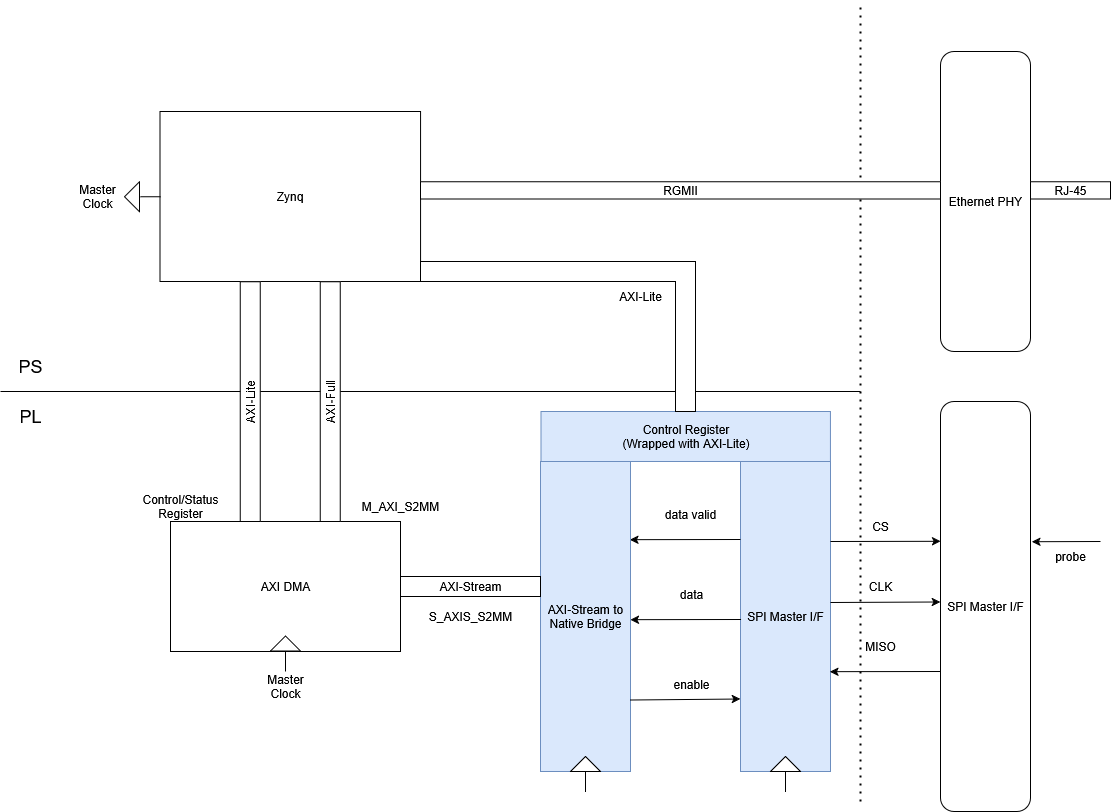
The draw.io diagram images/system_architecture.png in fpga-dev692/o_scope, before a commit. Source tidied: cells renumbered, new cells last; positions are measured from the earlier drawing's top-left corner, leaving out a move shared by most shapes. The source it was exported from:
```xml
<mxGraphModel>
  <root>
    <mxCell id="0" />
    <mxCell id="1" parent="0" />
    <mxCell id="2" value="Zynq" style="rounded=0;whiteSpace=wrap;html=1;" parent="1" vertex="1">
      <mxGeometry x="159.5" y="110" width="260.5" height="170" as="geometry" />
    </mxCell>
    <mxCell id="3" style="endArrow=none;html=1;rounded=0;" parent="1" edge="1">
      <mxGeometry relative="1" as="geometry">
        <mxPoint y="390" as="sourcePoint" />
        <mxPoint x="860" y="390" as="targetPoint" />
      </mxGeometry>
    </mxCell>
    <mxCell id="4" value="AXI DMA" style="rounded=0;whiteSpace=wrap;html=1;" parent="1" vertex="1">
      <mxGeometry x="170" y="520" width="230" height="130" as="geometry" />
    </mxCell>
    <mxCell id="5" value="&lt;font style=&quot;font-size: 18px;&quot;&gt;PS&lt;/font&gt;" style="text;html=1;align=center;verticalAlign=middle;whiteSpace=wrap;rounded=0;" parent="1" vertex="1">
      <mxGeometry y="350" width="60" height="30" as="geometry" />
    </mxCell>
    <mxCell id="6" value="&lt;font style=&quot;font-size: 18px;&quot;&gt;PL&lt;/font&gt;" style="text;html=1;align=center;verticalAlign=middle;whiteSpace=wrap;rounded=0;" parent="1" vertex="1">
      <mxGeometry y="400" width="60" height="30" as="geometry" />
    </mxCell>
    <mxCell id="7" value="&lt;div&gt;SPI Master I/F&lt;/div&gt;" style="rounded=0;whiteSpace=wrap;html=1;fillColor=#dae8fc;strokeColor=#6c8ebf;" parent="1" vertex="1">
      <mxGeometry x="740" y="460" width="90" height="310" as="geometry" />
    </mxCell>
    <mxCell id="8" value="&lt;div&gt;SPI Master I/F&lt;/div&gt;" style="rounded=1;whiteSpace=wrap;html=1;" parent="1" vertex="1">
      <mxGeometry x="940" y="400" width="90" height="410" as="geometry" />
    </mxCell>
    <mxCell id="9" style="endArrow=classic;html=1;rounded=0;entryX=0.002;entryY=0.341;entryDx=0;entryDy=0;entryPerimeter=0;" parent="1" edge="1" target="8">
      <mxGeometry relative="1" as="geometry">
        <mxPoint x="830" y="540" as="sourcePoint" />
      </mxGeometry>
    </mxCell>
    <mxCell id="10" value="CS" style="text;html=1;align=center;verticalAlign=middle;whiteSpace=wrap;rounded=0;" parent="1" vertex="1">
      <mxGeometry x="850" y="510" width="60" height="30" as="geometry" />
    </mxCell>
    <mxCell id="11" style="endArrow=classic;html=1;rounded=0;entryX=0;entryY=0.489;entryDx=0;entryDy=0;entryPerimeter=0;" parent="1" edge="1" target="8">
      <mxGeometry relative="1" as="geometry">
        <mxPoint x="830" y="601" as="sourcePoint" />
      </mxGeometry>
    </mxCell>
    <mxCell id="12" value="CLK" style="text;html=1;align=center;verticalAlign=middle;whiteSpace=wrap;rounded=0;" parent="1" vertex="1">
      <mxGeometry x="850" y="570" width="60" height="30" as="geometry" />
    </mxCell>
    <mxCell id="13" style="endArrow=classic;html=1;rounded=0;exitX=0.006;exitY=0.463;exitDx=0;exitDy=0;exitPerimeter=0;" parent="1" edge="1">
      <mxGeometry relative="1" as="geometry">
        <mxPoint x="740" y="538" as="sourcePoint" />
        <mxPoint x="629.5" y="538.2" as="targetPoint" />
      </mxGeometry>
    </mxCell>
    <mxCell id="14" value="MISO" style="text;html=1;align=center;verticalAlign=middle;whiteSpace=wrap;rounded=0;" parent="1" vertex="1">
      <mxGeometry x="850" y="630" width="60" height="30" as="geometry" />
    </mxCell>
    <mxCell id="15" style="endArrow=classic;html=1;rounded=0;entryX=1.014;entryY=0.342;entryDx=0;entryDy=0;entryPerimeter=0;" parent="1" edge="1" target="8">
      <mxGeometry relative="1" as="geometry">
        <mxPoint x="1100" y="540" as="sourcePoint" />
      </mxGeometry>
    </mxCell>
    <mxCell id="16" value="probe" style="text;html=1;align=center;verticalAlign=middle;whiteSpace=wrap;rounded=0;" parent="1" vertex="1">
      <mxGeometry x="1040" y="540" width="60" height="30" as="geometry" />
    </mxCell>
    <mxCell id="17" value="&lt;div&gt;AXI-Stream to Native Bridge&lt;/div&gt;" style="rounded=0;whiteSpace=wrap;html=1;fillColor=#dae8fc;strokeColor=#6c8ebf;" parent="1" vertex="1">
      <mxGeometry x="540" y="460" width="90" height="310" as="geometry" />
    </mxCell>
    <mxCell id="18" value="data valid" style="text;html=1;align=center;verticalAlign=middle;whiteSpace=wrap;rounded=0;" parent="1" vertex="1">
      <mxGeometry x="660" y="498" width="60" height="30" as="geometry" />
    </mxCell>
    <mxCell id="19" style="endArrow=classic;html=1;rounded=0;exitX=0.006;exitY=0.463;exitDx=0;exitDy=0;exitPerimeter=0;" parent="1" edge="1">
      <mxGeometry relative="1" as="geometry">
        <mxPoint x="740.5" y="618" as="sourcePoint" />
        <mxPoint x="630" y="618.2" as="targetPoint" />
      </mxGeometry>
    </mxCell>
    <mxCell id="20" value="data" style="text;html=1;align=center;verticalAlign=middle;whiteSpace=wrap;rounded=0;" parent="1" vertex="1">
      <mxGeometry x="660.5" y="578" width="60" height="30" as="geometry" />
    </mxCell>
    <mxCell id="21" style="endArrow=classic;html=1;rounded=0;exitX=0.006;exitY=0.463;exitDx=0;exitDy=0;exitPerimeter=0;" parent="1" edge="1">
      <mxGeometry relative="1" as="geometry">
        <mxPoint x="940" y="670" as="sourcePoint" />
        <mxPoint x="829.5" y="670.2" as="targetPoint" />
      </mxGeometry>
    </mxCell>
    <mxCell id="22" value="&lt;div&gt;enable&lt;/div&gt;" style="text;html=1;align=center;verticalAlign=middle;whiteSpace=wrap;rounded=0;" parent="1" vertex="1">
      <mxGeometry x="660.5" y="668" width="60" height="30" as="geometry" />
    </mxCell>
    <mxCell id="23" style="endArrow=classic;html=1;rounded=0;entryX=0;entryY=0.489;entryDx=0;entryDy=0;entryPerimeter=0;" parent="1" edge="1">
      <mxGeometry relative="1" as="geometry">
        <mxPoint x="630" y="698.5" as="sourcePoint" />
        <mxPoint x="740" y="697.5" as="targetPoint" />
      </mxGeometry>
    </mxCell>
    <mxCell id="24" value="AXI-Stream" style="rounded=0;whiteSpace=wrap;html=1;" parent="1" vertex="1">
      <mxGeometry x="400" y="575" width="140" height="20" as="geometry" />
    </mxCell>
    <mxCell id="25" value="Control/Status Register" style="text;html=1;align=center;verticalAlign=middle;whiteSpace=wrap;rounded=0;" parent="1" vertex="1">
      <mxGeometry x="130" y="490" width="100" height="30" as="geometry" />
    </mxCell>
    <mxCell id="26" style="group;" parent="1" vertex="1">
      <mxGeometry x="270" y="634.5" width="30" height="35.5" as="geometry" />
    </mxCell>
    <mxCell id="27" style="triangle;whiteSpace=wrap;html=1;rotation=-90;" parent="26" vertex="1">
      <mxGeometry x="7.5" y="-7.5" width="15" height="30" as="geometry" />
    </mxCell>
    <mxCell id="28" style="endArrow=none;html=1;rounded=0;" parent="26" edge="1">
      <mxGeometry relative="1" as="geometry">
        <mxPoint x="15" y="35.5" as="sourcePoint" />
        <mxPoint x="15" y="15.5" as="targetPoint" />
      </mxGeometry>
    </mxCell>
    <mxCell id="29" style="group;" parent="1" vertex="1">
      <mxGeometry x="570" y="755" width="30" height="35.5" as="geometry" />
    </mxCell>
    <mxCell id="30" style="triangle;whiteSpace=wrap;html=1;rotation=-90;" parent="29" vertex="1">
      <mxGeometry x="7.5" y="-7.5" width="15" height="30" as="geometry" />
    </mxCell>
    <mxCell id="31" style="endArrow=none;html=1;rounded=0;" parent="29" edge="1">
      <mxGeometry relative="1" as="geometry">
        <mxPoint x="15" y="35.5" as="sourcePoint" />
        <mxPoint x="15" y="15.5" as="targetPoint" />
      </mxGeometry>
    </mxCell>
    <mxCell id="32" style="group;" parent="1" vertex="1">
      <mxGeometry x="770" y="755" width="30" height="35.5" as="geometry" />
    </mxCell>
    <mxCell id="33" style="triangle;whiteSpace=wrap;html=1;rotation=-90;" parent="32" vertex="1">
      <mxGeometry x="7.5" y="-7.5" width="15" height="30" as="geometry" />
    </mxCell>
    <mxCell id="34" style="endArrow=none;html=1;rounded=0;" parent="32" edge="1">
      <mxGeometry relative="1" as="geometry">
        <mxPoint x="15" y="35.5" as="sourcePoint" />
        <mxPoint x="15" y="15.5" as="targetPoint" />
      </mxGeometry>
    </mxCell>
    <mxCell id="35" style="group;rotation=-90;" parent="1" vertex="1">
      <mxGeometry x="127" y="177.2" width="30" height="35.5" as="geometry" />
    </mxCell>
    <mxCell id="36" style="triangle;whiteSpace=wrap;html=1;rotation=-180;" parent="35" vertex="1">
      <mxGeometry x="-3" y="3" width="15" height="30" as="geometry" />
    </mxCell>
    <mxCell id="37" style="endArrow=none;html=1;rounded=0;" parent="35" edge="1">
      <mxGeometry relative="1" as="geometry">
        <mxPoint x="33" y="18" as="sourcePoint" />
        <mxPoint x="13" y="18" as="targetPoint" />
      </mxGeometry>
    </mxCell>
    <mxCell id="38" value="Master Clock" style="text;html=1;align=center;verticalAlign=middle;whiteSpace=wrap;rounded=0;" parent="1" vertex="1">
      <mxGeometry x="67" y="180" width="60" height="30" as="geometry" />
    </mxCell>
    <mxCell id="39" value="Master Clock" style="text;html=1;align=center;verticalAlign=middle;whiteSpace=wrap;rounded=0;" parent="1" vertex="1">
      <mxGeometry x="255" y="670" width="60" height="30" as="geometry" />
    </mxCell>
    <mxCell id="40" value="AXI-Lite" style="rounded=0;whiteSpace=wrap;html=1;rotation=-90;" parent="1" vertex="1">
      <mxGeometry x="130" y="390" width="239.7" height="20" as="geometry" />
    </mxCell>
    <mxCell id="41" value="AXI-Full" style="rounded=0;whiteSpace=wrap;html=1;rotation=-90;" parent="1" vertex="1">
      <mxGeometry x="210" y="390" width="239.7" height="20" as="geometry" />
    </mxCell>
    <mxCell id="42" value="M_AXI_S2MM" style="text;html=1;align=center;verticalAlign=middle;whiteSpace=wrap;rounded=0;" parent="1" vertex="1">
      <mxGeometry x="349.7" y="490" width="100" height="30" as="geometry" />
    </mxCell>
    <mxCell id="43" value="S_AXIS_S2MM" style="text;html=1;align=center;verticalAlign=middle;whiteSpace=wrap;rounded=0;" parent="1" vertex="1">
      <mxGeometry x="420" y="600" width="100" height="30" as="geometry" />
    </mxCell>
    <mxCell id="44" value="&lt;div&gt;Control Register&lt;/div&gt;&lt;div&gt;(Wrapped with AXI-Lite)&lt;/div&gt;" style="rounded=0;whiteSpace=wrap;html=1;fillColor=#dae8fc;strokeColor=#6c8ebf;" parent="1" vertex="1">
      <mxGeometry x="540.5" y="410" width="289.5" height="50" as="geometry" />
    </mxCell>
    <mxCell id="45" style="shape=corner;whiteSpace=wrap;html=1;rotation=90;" parent="1" vertex="1">
      <mxGeometry x="482.5" y="197.5" width="150" height="275" as="geometry" />
    </mxCell>
    <mxCell id="46" value="&lt;div&gt;AXI-Lite&lt;/div&gt;" style="text;html=1;align=center;verticalAlign=middle;whiteSpace=wrap;rounded=0;" parent="1" vertex="1">
      <mxGeometry x="610" y="280" width="60" height="30" as="geometry" />
    </mxCell>
    <mxCell id="47" value="Ethernet PHY" style="rounded=1;whiteSpace=wrap;html=1;" parent="1" vertex="1">
      <mxGeometry x="940" y="50" width="90" height="300" as="geometry" />
    </mxCell>
    <mxCell id="48" style="endArrow=none;dashed=1;html=1;dashPattern=1 3;strokeWidth=2;rounded=0;" parent="1" edge="1">
      <mxGeometry relative="1" as="geometry">
        <mxPoint x="860" y="800" as="sourcePoint" />
        <mxPoint x="860" as="targetPoint" />
      </mxGeometry>
    </mxCell>
    <mxCell id="49" value="RGMII" style="rounded=0;whiteSpace=wrap;html=1;" parent="1" vertex="1">
      <mxGeometry x="420" y="180.2" width="520" height="17.2" as="geometry" />
    </mxCell>
    <mxCell id="50" value="RJ-45" style="rounded=0;whiteSpace=wrap;html=1;" parent="1" vertex="1">
      <mxGeometry x="1030" y="180.2" width="80" height="17.2" as="geometry" />
    </mxCell>
  </root>
</mxGraphModel>
```
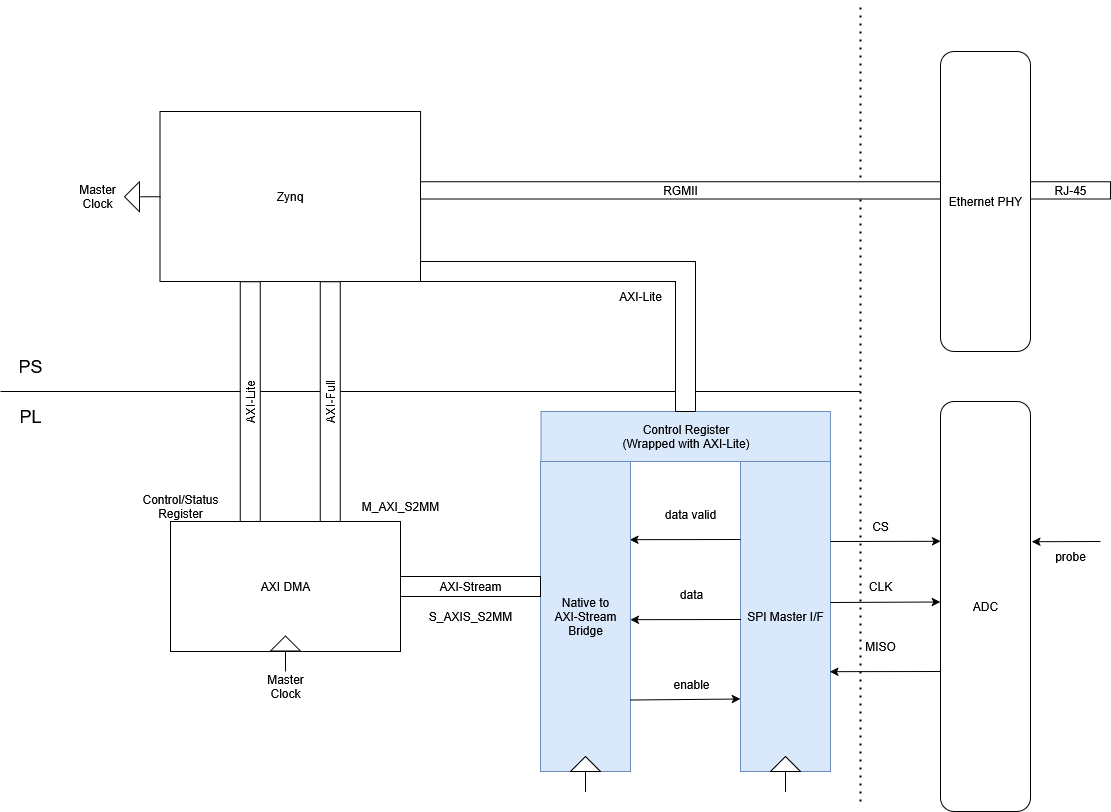
Above is the later version.

Change to the diagram source:
```diff
@@ -23,7 +23,7 @@
     <mxCell id="7" value="&lt;div&gt;SPI Master I/F&lt;/div&gt;" style="rounded=0;whiteSpace=wrap;html=1;fillColor=#dae8fc;strokeColor=#6c8ebf;" parent="1" vertex="1">
       <mxGeometry x="740" y="460" width="90" height="310" as="geometry" />
     </mxCell>
-    <mxCell id="8" value="&lt;div&gt;SPI Master I/F&lt;/div&gt;" style="rounded=1;whiteSpace=wrap;html=1;" parent="1" vertex="1">
+    <mxCell id="8" value="ADC" style="rounded=1;whiteSpace=wrap;html=1;" parent="1" vertex="1">
       <mxGeometry x="940" y="400" width="90" height="410" as="geometry" />
     </mxCell>
     <mxCell id="9" style="endArrow=classic;html=1;rounded=0;entryX=0.002;entryY=0.341;entryDx=0;entryDy=0;entryPerimeter=0;" parent="1" edge="1" target="8">
@@ -59,7 +59,7 @@
     <mxCell id="16" value="probe" style="text;html=1;align=center;verticalAlign=middle;whiteSpace=wrap;rounded=0;" parent="1" vertex="1">
       <mxGeometry x="1040" y="540" width="60" height="30" as="geometry" />
     </mxCell>
-    <mxCell id="17" value="&lt;div&gt;AXI-Stream to Native Bridge&lt;/div&gt;" style="rounded=0;whiteSpace=wrap;html=1;fillColor=#dae8fc;strokeColor=#6c8ebf;" parent="1" vertex="1">
+    <mxCell id="17" value="&lt;div&gt;Native to&lt;/div&gt;&lt;div&gt;AXI-Stream Bridge&lt;/div&gt;" style="rounded=0;whiteSpace=wrap;html=1;fillColor=#dae8fc;strokeColor=#6c8ebf;" parent="1" vertex="1">
       <mxGeometry x="540" y="460" width="90" height="310" as="geometry" />
     </mxCell>
     <mxCell id="18" value="data valid" style="text;html=1;align=center;verticalAlign=middle;whiteSpace=wrap;rounded=0;" parent="1" vertex="1">
```
